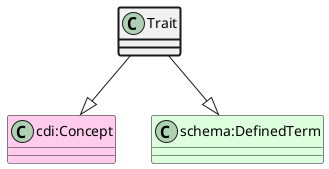
Earlier version of the PlantUML export ttl_uml/ttl_appn_Trait.png (aus-plant-phenomics-network/appn-schema). Its diagram source:
```plantuml
@startuml
class Trait  #line.bold
class "cdi:Concept" #FFCCEE
Trait --|> "cdi:Concept"
class "schema:DefinedTerm" #DDFFDD
Trait --|> "schema:DefinedTerm"
@enduml
```
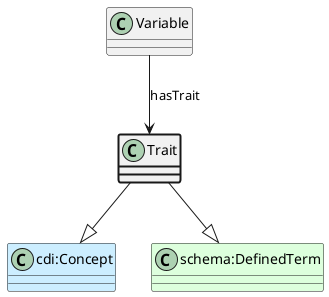
After the change.

Change to the diagram source:
```diff
@@ -1,7 +1,9 @@
 @startuml
 class Trait  #line.bold
-class "cdi:Concept" #FFCCEE
+class "cdi:Concept" #CCEEFF
 Trait --|> "cdi:Concept"
 class "schema:DefinedTerm" #DDFFDD
 Trait --|> "schema:DefinedTerm"
+class Variable
+Variable --> Trait : hasTrait
 @enduml
```
